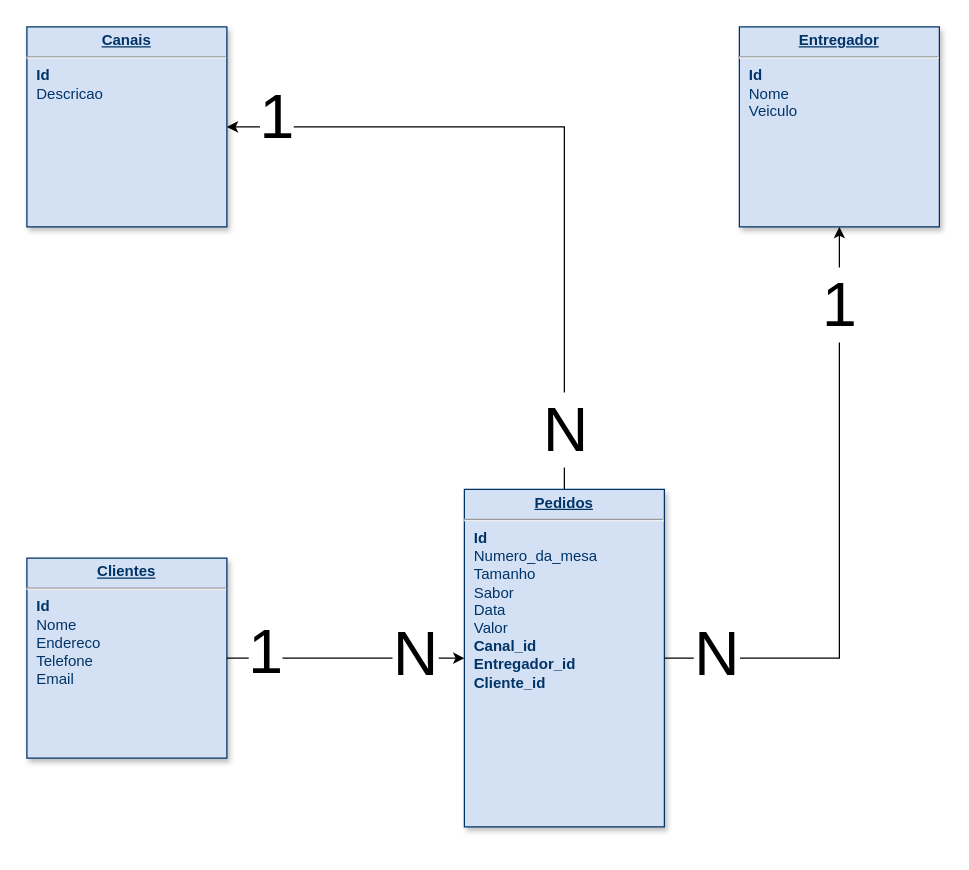
Before: DER-ERP-Pizzaria.drawio in programedegraca/sistema-controle-vendas, a draw.io diagram. Source tidied: cells renumbered, new cells numbered last; positions are measured from the earlier drawing's top-left corner, leaving out a move shared by most shapes. Both pictures are drawn from the tidied source at 125%, with x=0, y=0 at pixel (26, 26).
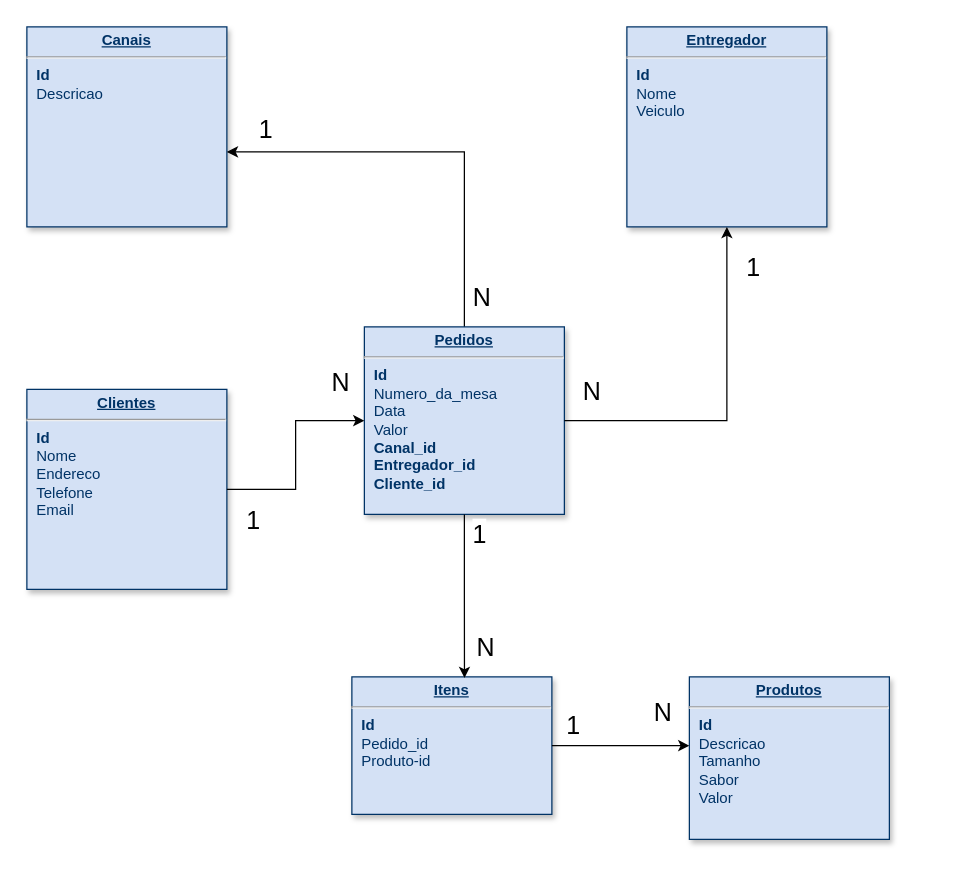
Above is the later version.

Unchanged cells that the change refers to:
```xml
<mxCell id="3" value="&lt;p style=&quot;margin: 0px; margin-top: 4px; text-align: center; text-decoration: underline;&quot;&gt;&lt;strong&gt;Canais&lt;/strong&gt;&lt;/p&gt;&lt;hr&gt;&lt;p style=&quot;margin: 0px; margin-left: 8px;&quot;&gt;&lt;b&gt;Id&lt;/b&gt;&lt;/p&gt;&lt;p style=&quot;margin: 0px; margin-left: 8px;&quot;&gt;Descricao&lt;/p&gt;&lt;p style=&quot;margin: 0px; margin-left: 8px;&quot;&gt;&lt;br&gt;&lt;/p&gt;&lt;p style=&quot;margin: 0px; margin-left: 8px;&quot;&gt;&lt;br&gt;&lt;/p&gt;&lt;p style=&quot;margin: 0px; margin-left: 8px;&quot;&gt;&lt;br&gt;&lt;/p&gt;&lt;p style=&quot;margin: 0px; margin-left: 8px;&quot;&gt;&lt;br&gt;&lt;/p&gt;&lt;p style=&quot;margin: 0px; margin-left: 8px;&quot;&gt;&lt;br&gt;&lt;/p&gt;" style="verticalAlign=top;align=left;overflow=fill;fontSize=12;fontFamily=Helvetica;html=1;strokeColor=#003366;shadow=1;fillColor=#D4E1F5;fontColor=#003366;" parent="1" vertex="1">
  <mxGeometry width="160" height="160" as="geometry" />
</mxCell>
<mxCell id="9" style="edgeStyle=orthogonalEdgeStyle;rounded=0;jettySize=auto;html=1;" parent="1" edge="1" source="7" target="8">
  <mxGeometry relative="1" as="geometry" />
</mxCell>
<mxCell id="12" style="edgeStyle=orthogonalEdgeStyle;rounded=0;jettySize=auto;html=1;" parent="1" edge="1" source="2" target="7">
  <mxGeometry relative="1" as="geometry" />
</mxCell>
```

Diff of the diagram source:
```diff
@@
     <mxCell id="2" value="&lt;p style=&quot;margin: 0px; margin-top: 4px; text-align: center; text-decoration: underline;&quot;&gt;&lt;strong&gt;Clientes&lt;/strong&gt;&lt;/p&gt;&lt;hr&gt;&lt;p style=&quot;margin: 0px; margin-left: 8px;&quot;&gt;&lt;b&gt;Id&lt;/b&gt;&lt;/p&gt;&lt;p style=&quot;margin: 0px; margin-left: 8px;&quot;&gt;Nome&lt;/p&gt;&lt;p style=&quot;margin: 0px; margin-left: 8px;&quot;&gt;Endereco&lt;/p&gt;&lt;p style=&quot;margin: 0px; margin-left: 8px;&quot;&gt;Telefone&lt;/p&gt;&lt;p style=&quot;margin: 0px; margin-left: 8px;&quot;&gt;Email&lt;/p&gt;&lt;p style=&quot;margin: 0px; margin-left: 8px;&quot;&gt;&lt;br&gt;&lt;/p&gt;&lt;p style=&quot;margin: 0px; margin-left: 8px;&quot;&gt;&lt;br&gt;&lt;/p&gt;&lt;p style=&quot;margin: 0px; margin-left: 8px;&quot;&gt;&lt;br&gt;&lt;/p&gt;&lt;p style=&quot;margin: 0px; margin-left: 8px;&quot;&gt;&lt;br&gt;&lt;/p&gt;&lt;p style=&quot;margin: 0px; margin-left: 8px;&quot;&gt;&lt;br&gt;&lt;/p&gt;" style="verticalAlign=top;align=left;overflow=fill;fontSize=12;fontFamily=Helvetica;html=1;strokeColor=#003366;shadow=1;fillColor=#D4E1F5;fontColor=#003366;" parent="1" vertex="1">
-      <mxGeometry y="425" width="160" height="160" as="geometry" />
+      <mxGeometry y="290" width="160" height="160" as="geometry" />
     </mxCell>
@@
-    <mxCell id="4" style="edgeStyle=orthogonalEdgeStyle;rounded=0;jettySize=auto;html=1;entryX=1;entryY=0.5;entryDx=0;entryDy=0;" parent="1" edge="1" source="7" target="3">
+    <mxCell id="4" style="edgeStyle=orthogonalEdgeStyle;rounded=0;jettySize=auto;html=1;" parent="1" edge="1" source="7" target="3">
       <mxGeometry relative="1" as="geometry">
         <Array as="points">
-          <mxPoint x="430" y="80" />
+          <mxPoint x="350" y="100" />
         </Array>
       </mxGeometry>
     </mxCell>
-    <mxCell id="5" value="&lt;font style=&quot;font-size: 50px;&quot;&gt;N&lt;/font&gt;" style="edgeLabel;html=1;align=center;verticalAlign=middle;" parent="4" vertex="1">
+    <mxCell id="5" value="&lt;font style=&quot;font-size: 20px;&quot;&gt;N&lt;/font&gt;" style="edgeLabel;html=1;align=center;verticalAlign=middle;" parent="4" vertex="1">
       <mxGeometry x="-0.79" y="-3" relative="1" as="geometry">
-        <mxPoint x="-3" y="10" as="offset" />
+        <mxPoint x="10" y="10" as="offset" />
       </mxGeometry>
     </mxCell>
-    <mxCell id="6" value="&lt;font style=&quot;font-size: 50px;&quot;&gt;1&lt;/font&gt;" style="edgeLabel;html=1;align=center;verticalAlign=middle;" parent="4" vertex="1">
+    <mxCell id="6" value="&lt;font style=&quot;font-size: 20px;&quot;&gt;1&lt;/font&gt;" style="edgeLabel;html=1;align=center;verticalAlign=middle;" parent="4" vertex="1">
       <mxGeometry x="0.85" y="2" relative="1" as="geometry">
-        <mxPoint x="-3" y="-12" as="offset" />
+        <mxPoint x="5" y="-22" as="offset" />
       </mxGeometry>
     </mxCell>
-    <mxCell id="7" value="&lt;p style=&quot;margin: 0px; margin-top: 4px; text-align: center; text-decoration: underline;&quot;&gt;&lt;strong&gt;Pedidos&lt;/strong&gt;&lt;/p&gt;&lt;hr&gt;&lt;p style=&quot;margin: 0px; margin-left: 8px;&quot;&gt;&lt;b&gt;Id&lt;/b&gt;&lt;/p&gt;&lt;p style=&quot;margin: 0px; margin-left: 8px;&quot;&gt;Numero_da_mesa&lt;/p&gt;&lt;p style=&quot;margin: 0px; margin-left: 8px;&quot;&gt;Tamanho&lt;/p&gt;&lt;p style=&quot;margin: 0px; margin-left: 8px;&quot;&gt;Sabor&lt;/p&gt;&lt;p style=&quot;margin: 0px; margin-left: 8px;&quot;&gt;Data&lt;/p&gt;&lt;p style=&quot;margin: 0px; margin-left: 8px;&quot;&gt;Valor&lt;/p&gt;&lt;p style=&quot;margin: 0px; margin-left: 8px;&quot;&gt;&lt;b&gt;Canal_id&lt;/b&gt;&lt;/p&gt;&lt;p style=&quot;margin: 0px; margin-left: 8px;&quot;&gt;&lt;b&gt;Entregador_id&lt;br&gt;C&lt;span style=&quot;background-color: initial;&quot;&gt;liente_id&lt;/span&gt;&lt;/b&gt;&lt;/p&gt;&lt;p style=&quot;margin: 0px; margin-left: 8px;&quot;&gt;&lt;br&gt;&lt;/p&gt;&lt;p style=&quot;margin: 0px; margin-left: 8px;&quot;&gt;&lt;br&gt;&lt;/p&gt;&lt;p style=&quot;margin: 0px; margin-left: 8px;&quot;&gt;&lt;br&gt;&lt;/p&gt;" style="verticalAlign=top;align=left;overflow=fill;fontSize=12;fontFamily=Helvetica;html=1;strokeColor=#003366;shadow=1;fillColor=#D4E1F5;fontColor=#003366;" parent="1" vertex="1">
-      <mxGeometry x="350" y="370" width="160" height="270" as="geometry" />
+    <mxCell id="7" value="&lt;p style=&quot;margin: 0px; margin-top: 4px; text-align: center; text-decoration: underline;&quot;&gt;&lt;strong&gt;Pedidos&lt;/strong&gt;&lt;/p&gt;&lt;hr&gt;&lt;p style=&quot;margin: 0px; margin-left: 8px;&quot;&gt;&lt;b&gt;Id&lt;/b&gt;&lt;/p&gt;&lt;p style=&quot;margin: 0px; margin-left: 8px;&quot;&gt;Numero_da_mesa&lt;/p&gt;&lt;p style=&quot;margin: 0px; margin-left: 8px;&quot;&gt;Data&lt;/p&gt;&lt;p style=&quot;margin: 0px; margin-left: 8px;&quot;&gt;Valor&lt;/p&gt;&lt;p style=&quot;margin: 0px; margin-left: 8px;&quot;&gt;&lt;b&gt;Canal_id&lt;/b&gt;&lt;/p&gt;&lt;p style=&quot;margin: 0px; margin-left: 8px;&quot;&gt;&lt;b&gt;Entregador_id&lt;br&gt;C&lt;span style=&quot;background-color: initial;&quot;&gt;liente_id&lt;/span&gt;&lt;/b&gt;&lt;/p&gt;&lt;p style=&quot;margin: 0px; margin-left: 8px;&quot;&gt;&lt;br&gt;&lt;/p&gt;&lt;p style=&quot;margin: 0px; margin-left: 8px;&quot;&gt;&lt;br&gt;&lt;/p&gt;&lt;p style=&quot;margin: 0px; margin-left: 8px;&quot;&gt;&lt;br&gt;&lt;/p&gt;" style="verticalAlign=top;align=left;overflow=fill;fontSize=12;fontFamily=Helvetica;html=1;strokeColor=#003366;shadow=1;fillColor=#D4E1F5;fontColor=#003366;" parent="1" vertex="1">
+      <mxGeometry x="270" y="240" width="160" height="150" as="geometry" />
     </mxCell>
     <mxCell id="8" value="&lt;p style=&quot;margin: 0px; margin-top: 4px; text-align: center; text-decoration: underline;&quot;&gt;&lt;strong&gt;Entregador&lt;/strong&gt;&lt;/p&gt;&lt;hr&gt;&lt;p style=&quot;margin: 0px; margin-left: 8px;&quot;&gt;&lt;b&gt;Id&lt;/b&gt;&lt;/p&gt;&lt;p style=&quot;margin: 0px; margin-left: 8px;&quot;&gt;Nome&lt;/p&gt;&lt;p style=&quot;margin: 0px; margin-left: 8px;&quot;&gt;Veiculo&lt;/p&gt;&lt;p style=&quot;margin: 0px; margin-left: 8px;&quot;&gt;&lt;br&gt;&lt;/p&gt;&lt;p style=&quot;margin: 0px; margin-left: 8px;&quot;&gt;&lt;br&gt;&lt;/p&gt;&lt;p style=&quot;margin: 0px; margin-left: 8px;&quot;&gt;&lt;br&gt;&lt;/p&gt;" style="verticalAlign=top;align=left;overflow=fill;fontSize=12;fontFamily=Helvetica;html=1;strokeColor=#003366;shadow=1;fillColor=#D4E1F5;fontColor=#003366;" parent="1" vertex="1">
-      <mxGeometry x="570" width="160" height="160" as="geometry" />
+      <mxGeometry x="480" width="160" height="160" as="geometry" />
     </mxCell>
@@
-    <mxCell id="10" value="&lt;font style=&quot;font-size: 50px;&quot;&gt;1&lt;/font&gt;" style="edgeLabel;html=1;align=center;verticalAlign=middle;" parent="9" vertex="1">
+    <mxCell id="10" value="&lt;font style=&quot;font-size: 20px;&quot;&gt;1&lt;/font&gt;" style="edgeLabel;html=1;align=center;verticalAlign=middle;" parent="9" vertex="1">
       <mxGeometry x="0.91" y="1" relative="1" as="geometry">
-        <mxPoint y="39" as="offset" />
+        <mxPoint x="21" y="18" as="offset" />
       </mxGeometry>
     </mxCell>
-    <mxCell id="11" value="&lt;font style=&quot;font-size: 50px;&quot;&gt;N&lt;/font&gt;" style="edgeLabel;html=1;align=center;verticalAlign=middle;" parent="9" vertex="1">
+    <mxCell id="11" value="&lt;font style=&quot;font-size: 20px;&quot;&gt;N&lt;/font&gt;" style="edgeLabel;html=1;align=center;verticalAlign=middle;" parent="9" vertex="1">
       <mxGeometry x="-0.89" y="-5" relative="1" as="geometry">
-        <mxPoint x="14" y="-10" as="offset" />
+        <mxPoint x="5" y="-30" as="offset" />
       </mxGeometry>
     </mxCell>
@@
-    <mxCell id="13" value="&lt;font style=&quot;font-size: 50px;&quot;&gt;N&lt;/font&gt;&lt;div&gt;&lt;br&gt;&lt;/div&gt;" style="edgeLabel;html=1;align=center;verticalAlign=middle;" parent="12" vertex="1">
+    <mxCell id="13" value="&lt;font style=&quot;font-size: 20px;&quot;&gt;N&lt;/font&gt;&lt;div&gt;&lt;br&gt;&lt;/div&gt;" style="edgeLabel;html=1;align=center;verticalAlign=middle;" parent="12" vertex="1">
       <mxGeometry x="0.77" y="-2" relative="1" as="geometry">
-        <mxPoint x="-18" as="offset" />
+        <mxPoint x="-1" y="-27" as="offset" />
       </mxGeometry>
     </mxCell>
-    <mxCell id="14" value="&lt;font style=&quot;font-size: 50px;&quot;&gt;1&lt;/font&gt;&lt;div&gt;&lt;br&gt;&lt;/div&gt;" style="edgeLabel;html=1;align=center;verticalAlign=middle;" parent="12" vertex="1">
+    <mxCell id="14" value="&lt;font style=&quot;font-size: 20px;&quot;&gt;1&lt;/font&gt;&lt;div&gt;&lt;br&gt;&lt;/div&gt;" style="edgeLabel;html=1;align=center;verticalAlign=middle;" parent="12" vertex="1">
       <mxGeometry x="-0.83" relative="1" as="geometry">
-        <mxPoint x="14" as="offset" />
+        <mxPoint x="6" y="30" as="offset" />
       </mxGeometry>
     </mxCell>
+    <mxCell id="15" value="&lt;p style=&quot;margin: 0px; margin-top: 4px; text-align: center; text-decoration: underline;&quot;&gt;&lt;b&gt;Produtos&lt;/b&gt;&lt;/p&gt;&lt;hr&gt;&lt;p style=&quot;margin: 0px; margin-left: 8px;&quot;&gt;&lt;b&gt;Id&lt;/b&gt;&lt;/p&gt;&lt;p style=&quot;margin: 0px; margin-left: 8px;&quot;&gt;Descricao&lt;/p&gt;&lt;p style=&quot;margin: 0px; margin-left: 8px;&quot;&gt;Tamanho&lt;/p&gt;&lt;p style=&quot;margin: 0px; margin-left: 8px;&quot;&gt;Sabor&lt;/p&gt;&lt;p style=&quot;margin: 0px; margin-left: 8px;&quot;&gt;Valor&lt;/p&gt;&lt;p style=&quot;margin: 0px; margin-left: 8px;&quot;&gt;&lt;br&gt;&lt;/p&gt;&lt;p style=&quot;margin: 0px; margin-left: 8px;&quot;&gt;&lt;b&gt;&lt;br&gt;&lt;br&gt;&lt;/b&gt;&lt;/p&gt;&lt;p style=&quot;margin: 0px; margin-left: 8px;&quot;&gt;&lt;br&gt;&lt;/p&gt;&lt;p style=&quot;margin: 0px; margin-left: 8px;&quot;&gt;&lt;br&gt;&lt;/p&gt;&lt;p style=&quot;margin: 0px; margin-left: 8px;&quot;&gt;&lt;br&gt;&lt;/p&gt;" style="verticalAlign=top;align=left;overflow=fill;fontSize=12;fontFamily=Helvetica;html=1;strokeColor=#003366;shadow=1;fillColor=#D4E1F5;fontColor=#003366;" parent="1" vertex="1">
+      <mxGeometry x="530" y="520" width="160" height="130" as="geometry" />
+    </mxCell>
+    <mxCell id="16" value="&lt;p style=&quot;margin: 0px; margin-top: 4px; text-align: center; text-decoration: underline;&quot;&gt;&lt;b&gt;Itens&lt;/b&gt;&lt;/p&gt;&lt;hr&gt;&lt;p style=&quot;margin: 0px; margin-left: 8px;&quot;&gt;&lt;b&gt;Id&lt;/b&gt;&lt;/p&gt;&lt;p style=&quot;margin: 0px; margin-left: 8px;&quot;&gt;Pedido_id&lt;/p&gt;&lt;p style=&quot;margin: 0px; margin-left: 8px;&quot;&gt;Produto-id&lt;/p&gt;&lt;p style=&quot;margin: 0px; margin-left: 8px;&quot;&gt;&lt;br&gt;&lt;/p&gt;&lt;p style=&quot;margin: 0px; margin-left: 8px;&quot;&gt;&lt;b&gt;&lt;br&gt;&lt;br&gt;&lt;/b&gt;&lt;/p&gt;&lt;p style=&quot;margin: 0px; margin-left: 8px;&quot;&gt;&lt;br&gt;&lt;/p&gt;&lt;p style=&quot;margin: 0px; margin-left: 8px;&quot;&gt;&lt;br&gt;&lt;/p&gt;&lt;p style=&quot;margin: 0px; margin-left: 8px;&quot;&gt;&lt;br&gt;&lt;/p&gt;" style="verticalAlign=top;align=left;overflow=fill;fontSize=12;fontFamily=Helvetica;html=1;strokeColor=#003366;shadow=1;fillColor=#D4E1F5;fontColor=#003366;" parent="1" vertex="1">
+      <mxGeometry x="260" y="520" width="160" height="110" as="geometry" />
+    </mxCell>
+    <mxCell id="17" style="edgeStyle=orthogonalEdgeStyle;rounded=0;jettySize=auto;html=1;entryX=0.563;entryY=0.008;entryDx=0;entryDy=0;entryPerimeter=0;" parent="1" edge="1" source="7" target="16">
+      <mxGeometry relative="1" as="geometry" />
+    </mxCell>
+    <mxCell id="18" style="edgeStyle=orthogonalEdgeStyle;rounded=0;jettySize=auto;html=1;" parent="1" edge="1" source="16" target="15">
+      <mxGeometry relative="1" as="geometry">
+        <Array as="points">
+          <mxPoint x="510" y="575" />
+          <mxPoint x="510" y="575" />
+        </Array>
+      </mxGeometry>
+    </mxCell>
+    <mxCell id="19" value="&lt;font style=&quot;font-size: 20px;&quot;&gt;1&lt;/font&gt;&lt;div&gt;&lt;br&gt;&lt;/div&gt;" style="edgeLabel;html=1;align=center;verticalAlign=middle;" parent="1" vertex="1">
+      <mxGeometry x="190.1" y="410.1" as="geometry">
+        <mxPoint x="171" y="1" as="offset" />
+      </mxGeometry>
+    </mxCell>
+    <mxCell id="20" value="&lt;font style=&quot;font-size: 20px;&quot;&gt;N&lt;/font&gt;" style="edgeLabel;html=1;align=center;verticalAlign=middle;" parent="1" vertex="1">
+      <mxGeometry x="460.3" y="300" as="geometry">
+        <mxPoint x="-94" y="195" as="offset" />
+      </mxGeometry>
+    </mxCell>
+    <mxCell id="21" value="&lt;font style=&quot;forced-color-adjust: none; font-size: 20px;&quot;&gt;1&lt;/font&gt;&lt;div style=&quot;forced-color-adjust: none;&quot;&gt;&lt;br style=&quot;forced-color-adjust: none; color: rgb(0, 0, 0); font-family: Helvetica; font-size: 11px; font-style: normal; font-variant-ligatures: normal; font-variant-caps: normal; font-weight: 400; letter-spacing: normal; orphans: 2; text-align: center; text-indent: 0px; text-transform: none; widows: 2; word-spacing: 0px; -webkit-text-stroke-width: 0px; white-space: nowrap; background-color: rgb(255, 255, 255); text-decoration-thickness: initial; text-decoration-style: initial; text-decoration-color: initial;&quot;&gt;&lt;/div&gt;" style="text;whiteSpace=wrap;html=1;" parent="1" vertex="1">
+      <mxGeometry x="430" y="540" width="40" height="60" as="geometry" />
+    </mxCell>
+    <mxCell id="22" value="&lt;span style=&quot;color: rgb(0, 0, 0); font-family: Helvetica; font-size: 20px; font-style: normal; font-variant-ligatures: normal; font-variant-caps: normal; font-weight: 400; letter-spacing: normal; orphans: 2; text-align: center; text-indent: 0px; text-transform: none; widows: 2; word-spacing: 0px; -webkit-text-stroke-width: 0px; white-space: nowrap; background-color: rgb(255, 255, 255); text-decoration-thickness: initial; text-decoration-style: initial; text-decoration-color: initial; display: inline !important; float: none;&quot;&gt;N&lt;/span&gt;" style="text;whiteSpace=wrap;html=1;" parent="1" vertex="1">
+      <mxGeometry x="500" y="530" width="50" height="50" as="geometry" />
+    </mxCell>
```
